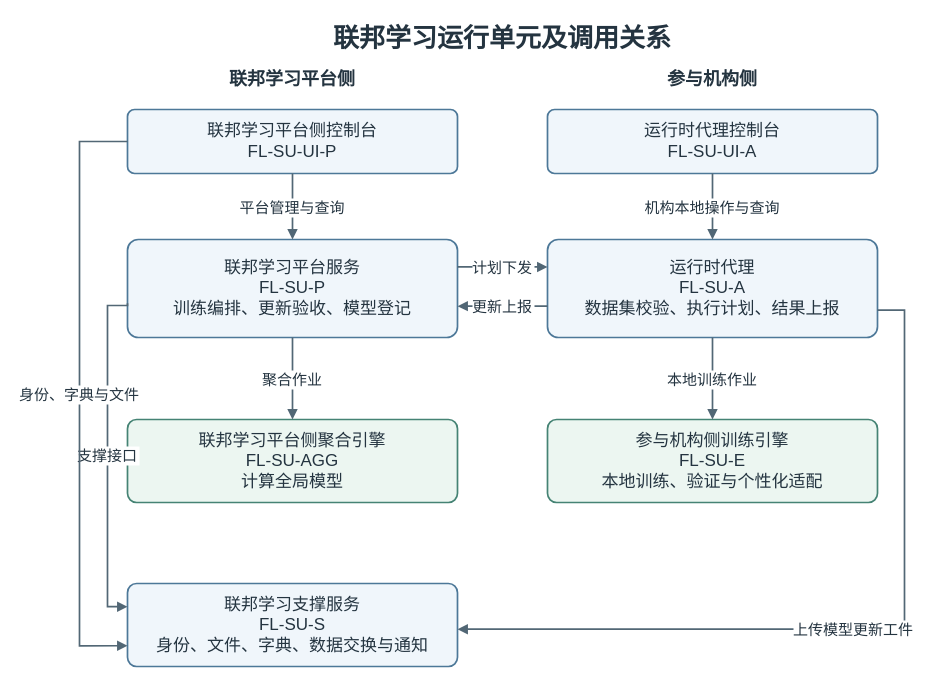
medol-labs/federation-learning keeps this draw.io diagram as docs/438c/merge/figures/federation-learning-components.drawio. Above is the earlier version. Source tidied: cells renumbered, new cells numbered last; positions are measured from the earlier drawing's top-left corner, leaving out a move shared by most shapes. Both pictures are drawn from the tidied source at 100%, with x=0, y=0 at pixel (79, 17).
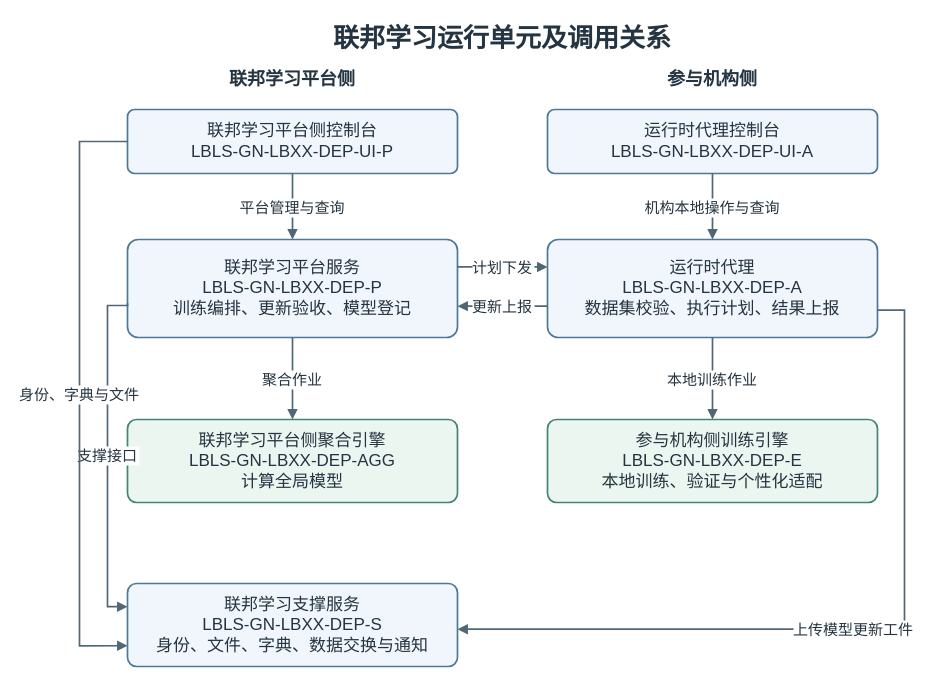
The same page after the edit.

The edit, as a diff of the source:
```diff
@@
-    <mxCell id="5" value="联邦学习平台侧控制台&#10;FL-SU-UI-P" style="whiteSpace=wrap;html=0;fontFamily=PingFang SC;fontColor=#243440;rounded=1;arcSize=11;fillColor=#F0F6FB;strokeColor=#4D7898;strokeWidth=1.7;fontSize=17;spacing=7;" parent="1" vertex="1">
+    <mxCell id="5" value="联邦学习平台侧控制台&#10;LBLS-GN-LBXX-DEP-UI-P" style="whiteSpace=wrap;html=0;fontFamily=PingFang SC;fontColor=#243440;rounded=1;arcSize=11;fillColor=#F0F6FB;strokeColor=#4D7898;strokeWidth=1.7;fontSize=17;spacing=7;" parent="1" vertex="1">
       <mxGeometry x="48" y="92" width="330" height="64" as="geometry" />
     </mxCell>
-    <mxCell id="6" value="运行时代理控制台&#10;FL-SU-UI-A" style="whiteSpace=wrap;html=0;fontFamily=PingFang SC;fontColor=#243440;rounded=1;arcSize=11;fillColor=#F0F6FB;strokeColor=#4D7898;strokeWidth=1.7;fontSize=17;spacing=7;" parent="1" vertex="1">
+    <mxCell id="6" value="运行时代理控制台&#10;LBLS-GN-LBXX-DEP-UI-A" style="whiteSpace=wrap;html=0;fontFamily=PingFang SC;fontColor=#243440;rounded=1;arcSize=11;fillColor=#F0F6FB;strokeColor=#4D7898;strokeWidth=1.7;fontSize=17;spacing=7;" parent="1" vertex="1">
       <mxGeometry x="468" y="92" width="330" height="64" as="geometry" />
     </mxCell>
-    <mxCell id="7" value="联邦学习平台服务&#10;FL-SU-P&#10;训练编排、更新验收、模型登记" style="whiteSpace=wrap;html=0;fontFamily=PingFang SC;fontColor=#243440;rounded=1;arcSize=11;fillColor=#F0F6FB;strokeColor=#4D7898;strokeWidth=1.7;fontSize=17;spacing=7;" parent="1" vertex="1">
+    <mxCell id="7" value="联邦学习平台服务&#10;LBLS-GN-LBXX-DEP-P&#10;训练编排、更新验收、模型登记" style="whiteSpace=wrap;html=0;fontFamily=PingFang SC;fontColor=#243440;rounded=1;arcSize=11;fillColor=#F0F6FB;strokeColor=#4D7898;strokeWidth=1.7;fontSize=17;spacing=7;" parent="1" vertex="1">
       <mxGeometry x="48" y="222" width="330" height="98" as="geometry" />
     </mxCell>
-    <mxCell id="8" value="运行时代理&#10;FL-SU-A&#10;数据集校验、执行计划、结果上报" style="whiteSpace=wrap;html=0;fontFamily=PingFang SC;fontColor=#243440;rounded=1;arcSize=11;fillColor=#F0F6FB;strokeColor=#4D7898;strokeWidth=1.7;fontSize=17;spacing=7;" parent="1" vertex="1">
+    <mxCell id="8" value="运行时代理&#10;LBLS-GN-LBXX-DEP-A&#10;数据集校验、执行计划、结果上报" style="whiteSpace=wrap;html=0;fontFamily=PingFang SC;fontColor=#243440;rounded=1;arcSize=11;fillColor=#F0F6FB;strokeColor=#4D7898;strokeWidth=1.7;fontSize=17;spacing=7;" parent="1" vertex="1">
       <mxGeometry x="468" y="222" width="330" height="98" as="geometry" />
     </mxCell>
-    <mxCell id="9" value="联邦学习平台侧聚合引擎&#10;FL-SU-AGG&#10;计算全局模型" style="whiteSpace=wrap;html=0;fontFamily=PingFang SC;fontColor=#243440;rounded=1;arcSize=11;fillColor=#ECF6F1;strokeColor=#458374;strokeWidth=1.7;fontSize=17;spacing=7;" parent="1" vertex="1">
+    <mxCell id="9" value="联邦学习平台侧聚合引擎&#10;LBLS-GN-LBXX-DEP-AGG&#10;计算全局模型" style="whiteSpace=wrap;html=0;fontFamily=PingFang SC;fontColor=#243440;rounded=1;arcSize=11;fillColor=#ECF6F1;strokeColor=#458374;strokeWidth=1.7;fontSize=17;spacing=7;" parent="1" vertex="1">
       <mxGeometry x="48" y="402" width="330" height="83" as="geometry" />
     </mxCell>
-    <mxCell id="10" value="参与机构侧训练引擎&#10;FL-SU-E&#10;本地训练、验证与个性化适配" style="whiteSpace=wrap;html=0;fontFamily=PingFang SC;fontColor=#243440;rounded=1;arcSize=11;fillColor=#ECF6F1;strokeColor=#458374;strokeWidth=1.7;fontSize=17;spacing=7;" parent="1" vertex="1">
+    <mxCell id="10" value="参与机构侧训练引擎&#10;LBLS-GN-LBXX-DEP-E&#10;本地训练、验证与个性化适配" style="whiteSpace=wrap;html=0;fontFamily=PingFang SC;fontColor=#243440;rounded=1;arcSize=11;fillColor=#ECF6F1;strokeColor=#458374;strokeWidth=1.7;fontSize=17;spacing=7;" parent="1" vertex="1">
       <mxGeometry x="468" y="402" width="330" height="83" as="geometry" />
     </mxCell>
-    <mxCell id="11" value="联邦学习支撑服务&#10;FL-SU-S&#10;身份、文件、字典、数据交换与通知" style="whiteSpace=wrap;html=0;fontFamily=PingFang SC;fontColor=#243440;rounded=1;arcSize=11;fillColor=#F0F6FB;strokeColor=#4D7898;strokeWidth=1.7;fontSize=17;spacing=7;" parent="1" vertex="1">
+    <mxCell id="11" value="联邦学习支撑服务&#10;LBLS-GN-LBXX-DEP-S&#10;身份、文件、字典、数据交换与通知" style="whiteSpace=wrap;html=0;fontFamily=PingFang SC;fontColor=#243440;rounded=1;arcSize=11;fillColor=#F0F6FB;strokeColor=#4D7898;strokeWidth=1.7;fontSize=17;spacing=7;" parent="1" vertex="1">
       <mxGeometry x="48" y="566" width="330" height="83" as="geometry" />
     </mxCell>
```
